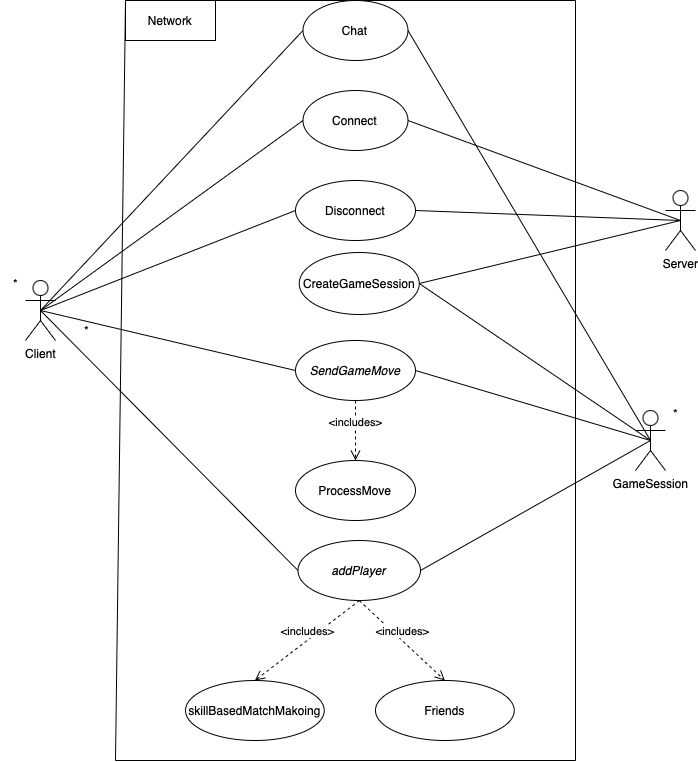
This is docs/diagrams/NetworkingUseCaseDiagram.png from marinara782/OMG-Multiplayer-Project, a draw.io export, as it was before one commit. Source tidied: cells renumbered, new cells last; positions are measured from the earlier drawing's top-left corner, leaving out a move shared by most shapes.
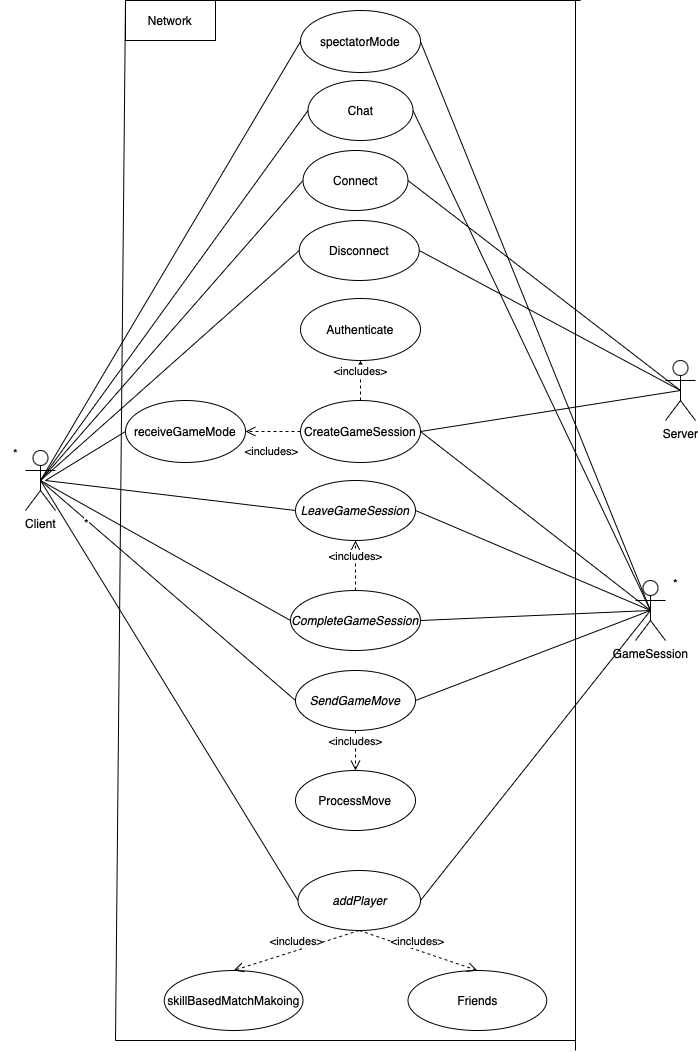
After the change.

Commit message:
networking usecase diagram updated

Change to the diagram source:
```diff
@@ -12,10 +12,10 @@
       <mxGeometry x="635" y="410" width="30" height="60" as="geometry" />
     </mxCell>
     <mxCell id="5" value="Connect" style="ellipse;whiteSpace=wrap;html=1;" parent="1" vertex="1">
-      <mxGeometry x="302.5" y="90" width="105" height="60" as="geometry" />
+      <mxGeometry x="302.5" y="-20" width="105" height="60" as="geometry" />
     </mxCell>
     <mxCell id="6" value="Disconnect" style="ellipse;whiteSpace=wrap;html=1;" parent="1" vertex="1">
-      <mxGeometry x="295" y="180" width="120" height="60" as="geometry" />
+      <mxGeometry x="298.8" y="50" width="120" height="60" as="geometry" />
     </mxCell>
     <mxCell id="7" style="endArrow=none;html=1;rounded=0;exitX=0.5;exitY=0.5;exitDx=0;exitDy=0;exitPerimeter=0;entryX=0;entryY=0.5;entryDx=0;entryDy=0;" parent="1" edge="1" source="2" target="5">
       <mxGeometry relative="1" as="geometry" />
@@ -30,7 +30,7 @@
       <mxGeometry relative="1" as="geometry" />
     </mxCell>
     <mxCell id="11" value="&lt;i&gt;SendGameMove&lt;/i&gt;" style="ellipse;whiteSpace=wrap;html=1;" parent="1" vertex="1">
-      <mxGeometry x="295" y="340" width="120" height="60" as="geometry" />
+      <mxGeometry x="295" y="500" width="120" height="60" as="geometry" />
     </mxCell>
     <mxCell id="12" style="endArrow=none;html=1;rounded=0;exitX=0.5;exitY=0.5;exitDx=0;exitDy=0;exitPerimeter=0;entryX=0;entryY=0.5;entryDx=0;entryDy=0;" parent="1" edge="1" source="2" target="11">
       <mxGeometry relative="1" as="geometry" />
@@ -44,7 +44,7 @@
       <mxGeometry relative="1" as="geometry" />
     </mxCell>
     <mxCell id="15" value="CreateGameSession" style="ellipse;whiteSpace=wrap;html=1;" parent="1" vertex="1">
-      <mxGeometry x="298.8" y="252" width="120" height="62" as="geometry" />
+      <mxGeometry x="300" y="230" width="120" height="62" as="geometry" />
     </mxCell>
     <mxCell id="16" style="endArrow=none;html=1;rounded=0;entryX=0.5;entryY=0.5;entryDx=0;entryDy=0;entryPerimeter=0;exitX=1;exitY=0.5;exitDx=0;exitDy=0;" parent="1" edge="1" source="15" target="3">
       <mxGeometry relative="1" as="geometry" />
@@ -59,7 +59,7 @@
       <mxGeometry x="660" y="398" width="30" height="30" as="geometry" />
     </mxCell>
     <mxCell id="20" value="&lt;i&gt;addPlayer&lt;/i&gt;" style="ellipse;whiteSpace=wrap;html=1;" parent="1" vertex="1">
-      <mxGeometry x="297.5" y="540" width="122.5" height="60" as="geometry" />
+      <mxGeometry x="297.5" y="700" width="122.5" height="60" as="geometry" />
     </mxCell>
     <mxCell id="21" style="endArrow=none;html=1;rounded=0;entryX=0.5;entryY=0.5;entryDx=0;entryDy=0;entryPerimeter=0;exitX=1;exitY=0.5;exitDx=0;exitDy=0;" parent="1" edge="1" source="20" target="4">
       <mxGeometry relative="1" as="geometry" />
@@ -68,54 +68,52 @@
       <mxGeometry relative="1" as="geometry" />
     </mxCell>
     <mxCell id="23" value="skillBasedMatchMakoing" style="ellipse;whiteSpace=wrap;html=1;" parent="1" vertex="1">
-      <mxGeometry x="185" y="680" width="138.8" height="60" as="geometry" />
+      <mxGeometry x="163.8" y="800" width="138.8" height="60" as="geometry" />
     </mxCell>
     <mxCell id="24" value="ProcessMove" style="ellipse;whiteSpace=wrap;html=1;" parent="1" vertex="1">
-      <mxGeometry x="295" y="460" width="120" height="60" as="geometry" />
+      <mxGeometry x="295" y="600" width="120" height="60" as="geometry" />
     </mxCell>
     <mxCell id="25" value="&amp;lt;includes&amp;gt;" style="html=1;verticalAlign=bottom;endArrow=open;dashed=1;endSize=8;curved=0;rounded=0;exitX=0.5;exitY=1;exitDx=0;exitDy=0;entryX=0.5;entryY=0;entryDx=0;entryDy=0;" parent="1" edge="1" source="11" target="24">
       <mxGeometry relative="1" as="geometry" />
     </mxCell>
     <mxCell id="26" style="endArrow=none;html=1;rounded=0;" parent="1" edge="1">
       <mxGeometry relative="1" as="geometry">
-        <mxPoint x="115" y="760" as="sourcePoint" />
-        <mxPoint x="125" as="targetPoint" />
+        <mxPoint x="115" y="870" as="sourcePoint" />
+        <mxPoint x="125" y="-170" as="targetPoint" />
       </mxGeometry>
     </mxCell>
     <mxCell id="27" style="endArrow=none;html=1;rounded=0;" parent="1" edge="1">
       <mxGeometry relative="1" as="geometry">
-        <mxPoint x="125" as="sourcePoint" />
-        <mxPoint x="575" as="targetPoint" />
+        <mxPoint x="125" y="-170" as="sourcePoint" />
+        <mxPoint x="580" y="-170" as="targetPoint" />
       </mxGeometry>
     </mxCell>
     <mxCell id="28" style="endArrow=none;html=1;rounded=0;" parent="1" edge="1">
       <mxGeometry relative="1" as="geometry">
-        <mxPoint x="115" y="760" as="sourcePoint" />
-        <mxPoint x="575" y="760" as="targetPoint" />
+        <mxPoint x="115" y="870" as="sourcePoint" />
+        <mxPoint x="575" y="870" as="targetPoint" />
       </mxGeometry>
     </mxCell>
     <mxCell id="29" style="endArrow=none;html=1;rounded=0;" parent="1" edge="1">
       <mxGeometry relative="1" as="geometry">
-        <mxPoint x="575" y="760" as="sourcePoint" />
-        <mxPoint x="575" as="targetPoint" />
+        <mxPoint x="575" y="880" as="sourcePoint" />
+        <mxPoint x="575" y="-170" as="targetPoint" />
       </mxGeometry>
     </mxCell>
     <mxCell id="30" value="Network" style="rounded=0;whiteSpace=wrap;html=1;" parent="1" vertex="1">
-      <mxGeometry x="125" width="90" height="40" as="geometry" />
+      <mxGeometry x="125" y="-170" width="90" height="40" as="geometry" />
     </mxCell>
-    <mxCell id="31" value="&amp;lt;includes&amp;gt;" style="html=1;verticalAlign=bottom;endArrow=open;dashed=1;endSize=8;curved=0;rounded=0;entryX=0.5;entryY=0;entryDx=0;entryDy=0;" parent="1" edge="1" target="23">
-      <mxGeometry relative="1" as="geometry">
-        <mxPoint x="359" y="600" as="sourcePoint" />
-      </mxGeometry>
+    <mxCell id="31" value="&amp;lt;includes&amp;gt;" style="html=1;verticalAlign=bottom;endArrow=open;dashed=1;endSize=8;curved=0;rounded=0;entryX=0.5;entryY=0;entryDx=0;entryDy=0;exitX=0.5;exitY=1;exitDx=0;exitDy=0;" parent="1" edge="1" source="20" target="23">
+      <mxGeometry relative="1" as="geometry" />
     </mxCell>
     <mxCell id="32" value="Friends" style="ellipse;whiteSpace=wrap;html=1;" parent="1" vertex="1">
-      <mxGeometry x="375" y="680" width="138.8" height="60" as="geometry" />
+      <mxGeometry x="407.5" y="800" width="138.8" height="60" as="geometry" />
     </mxCell>
     <mxCell id="33" value="&amp;lt;includes&amp;gt;" style="html=1;verticalAlign=bottom;endArrow=open;dashed=1;endSize=8;curved=0;rounded=0;exitX=0.5;exitY=1;exitDx=0;exitDy=0;entryX=0.5;entryY=0;entryDx=0;entryDy=0;" parent="1" edge="1" source="20" target="32">
       <mxGeometry relative="1" as="geometry" />
     </mxCell>
     <mxCell id="34" value="Chat" style="ellipse;whiteSpace=wrap;html=1;" parent="1" vertex="1">
-      <mxGeometry x="302.5" width="105" height="60" as="geometry" />
+      <mxGeometry x="307.5" y="-90" width="105" height="60" as="geometry" />
     </mxCell>
     <mxCell id="35" style="endArrow=none;html=1;rounded=0;entryX=0;entryY=0.5;entryDx=0;entryDy=0;exitX=0.5;exitY=0.5;exitDx=0;exitDy=0;exitPerimeter=0;" parent="1" edge="1" source="2" target="34">
       <mxGeometry relative="1" as="geometry" />
@@ -123,5 +121,54 @@
     <mxCell id="36" style="endArrow=none;html=1;rounded=0;entryX=1;entryY=0.5;entryDx=0;entryDy=0;exitX=0.5;exitY=0.5;exitDx=0;exitDy=0;exitPerimeter=0;" parent="1" edge="1" source="4" target="34">
       <mxGeometry relative="1" as="geometry" />
     </mxCell>
+    <mxCell id="37" value="&lt;i&gt;LeaveGameSession&lt;/i&gt;" style="ellipse;whiteSpace=wrap;html=1;" parent="1" vertex="1">
+      <mxGeometry x="295" y="310" width="120" height="60" as="geometry" />
+    </mxCell>
+    <mxCell id="38" value="&lt;i&gt;CompleteGameSession&lt;/i&gt;" style="ellipse;whiteSpace=wrap;html=1;" parent="1" vertex="1">
+      <mxGeometry x="290" y="420" width="130" height="60" as="geometry" />
+    </mxCell>
+    <mxCell id="39" style="endArrow=none;html=1;rounded=0;entryX=0;entryY=0.5;entryDx=0;entryDy=0;" parent="1" edge="1" target="37">
+      <mxGeometry relative="1" as="geometry">
+        <mxPoint x="45" y="310" as="sourcePoint" />
+      </mxGeometry>
+    </mxCell>
+    <mxCell id="40" style="endArrow=none;html=1;rounded=0;entryX=1;entryY=0.5;entryDx=0;entryDy=0;exitX=0.5;exitY=0.5;exitDx=0;exitDy=0;exitPerimeter=0;" parent="1" edge="1" source="4" target="37">
+      <mxGeometry relative="1" as="geometry" />
+    </mxCell>
+    <mxCell id="41" style="endArrow=none;html=1;rounded=0;entryX=0.5;entryY=0.5;entryDx=0;entryDy=0;entryPerimeter=0;exitX=1;exitY=0.5;exitDx=0;exitDy=0;" parent="1" edge="1" source="38" target="4">
+      <mxGeometry relative="1" as="geometry" />
+    </mxCell>
+    <mxCell id="42" style="endArrow=none;html=1;rounded=0;entryX=0;entryY=0.5;entryDx=0;entryDy=0;exitX=0.5;exitY=0.5;exitDx=0;exitDy=0;exitPerimeter=0;" parent="1" edge="1" source="2" target="38">
+      <mxGeometry relative="1" as="geometry" />
+    </mxCell>
+    <mxCell id="43" value="Authenticate" style="ellipse;whiteSpace=wrap;html=1;" parent="1" vertex="1">
+      <mxGeometry x="300" y="128" width="120" height="62" as="geometry" />
+    </mxCell>
+    <mxCell id="44" value="&amp;lt;includes&amp;gt;" style="html=1;verticalAlign=bottom;endArrow=open;dashed=1;endSize=8;curved=0;rounded=0;exitX=0.5;exitY=0;exitDx=0;exitDy=0;entryX=0.5;entryY=1;entryDx=0;entryDy=0;" parent="1" edge="1" source="15" target="43">
+      <mxGeometry relative="1" as="geometry" />
+    </mxCell>
+    <mxCell id="45" value="&amp;lt;includes&amp;gt;" style="html=1;verticalAlign=bottom;endArrow=open;dashed=1;endSize=8;curved=0;rounded=0;exitX=0.5;exitY=0;exitDx=0;exitDy=0;entryX=0.5;entryY=1;entryDx=0;entryDy=0;" parent="1" edge="1" source="38" target="37">
+      <mxGeometry relative="1" as="geometry" />
+    </mxCell>
+    <mxCell id="46" value="receiveGameMode" style="ellipse;whiteSpace=wrap;html=1;" parent="1" vertex="1">
+      <mxGeometry x="125" y="230" width="120" height="62" as="geometry" />
+    </mxCell>
+    <mxCell id="47" value="&amp;lt;includes&amp;gt;" style="html=1;verticalAlign=bottom;endArrow=open;dashed=1;endSize=8;curved=0;rounded=0;exitX=0;exitY=0.5;exitDx=0;exitDy=0;entryX=1;entryY=0.5;entryDx=0;entryDy=0;" parent="1" edge="1" source="15" target="46">
+      <mxGeometry x="0.04" y="29" relative="1" as="geometry" />
+    </mxCell>
+    <mxCell id="48" style="endArrow=none;html=1;rounded=0;entryX=0;entryY=0.5;entryDx=0;entryDy=0;" parent="1" edge="1" target="46">
+      <mxGeometry relative="1" as="geometry">
+        <mxPoint x="45" y="310" as="sourcePoint" />
+      </mxGeometry>
+    </mxCell>
+    <mxCell id="49" value="spectatorMode" style="ellipse;whiteSpace=wrap;html=1;" parent="1" vertex="1">
+      <mxGeometry x="300" y="-160" width="120" height="62" as="geometry" />
+    </mxCell>
+    <mxCell id="50" style="endArrow=none;html=1;rounded=0;exitX=0.5;exitY=0.5;exitDx=0;exitDy=0;exitPerimeter=0;entryX=0;entryY=0.5;entryDx=0;entryDy=0;" parent="1" edge="1" source="2" target="49">
+      <mxGeometry relative="1" as="geometry" />
+    </mxCell>
+    <mxCell id="51" style="endArrow=none;html=1;rounded=0;entryX=1;entryY=0.5;entryDx=0;entryDy=0;exitX=0.5;exitY=0.5;exitDx=0;exitDy=0;exitPerimeter=0;" parent="1" edge="1" source="4" target="49">
+      <mxGeometry relative="1" as="geometry" />
+    </mxCell>
   </root>
 </mxGraphModel>
```
